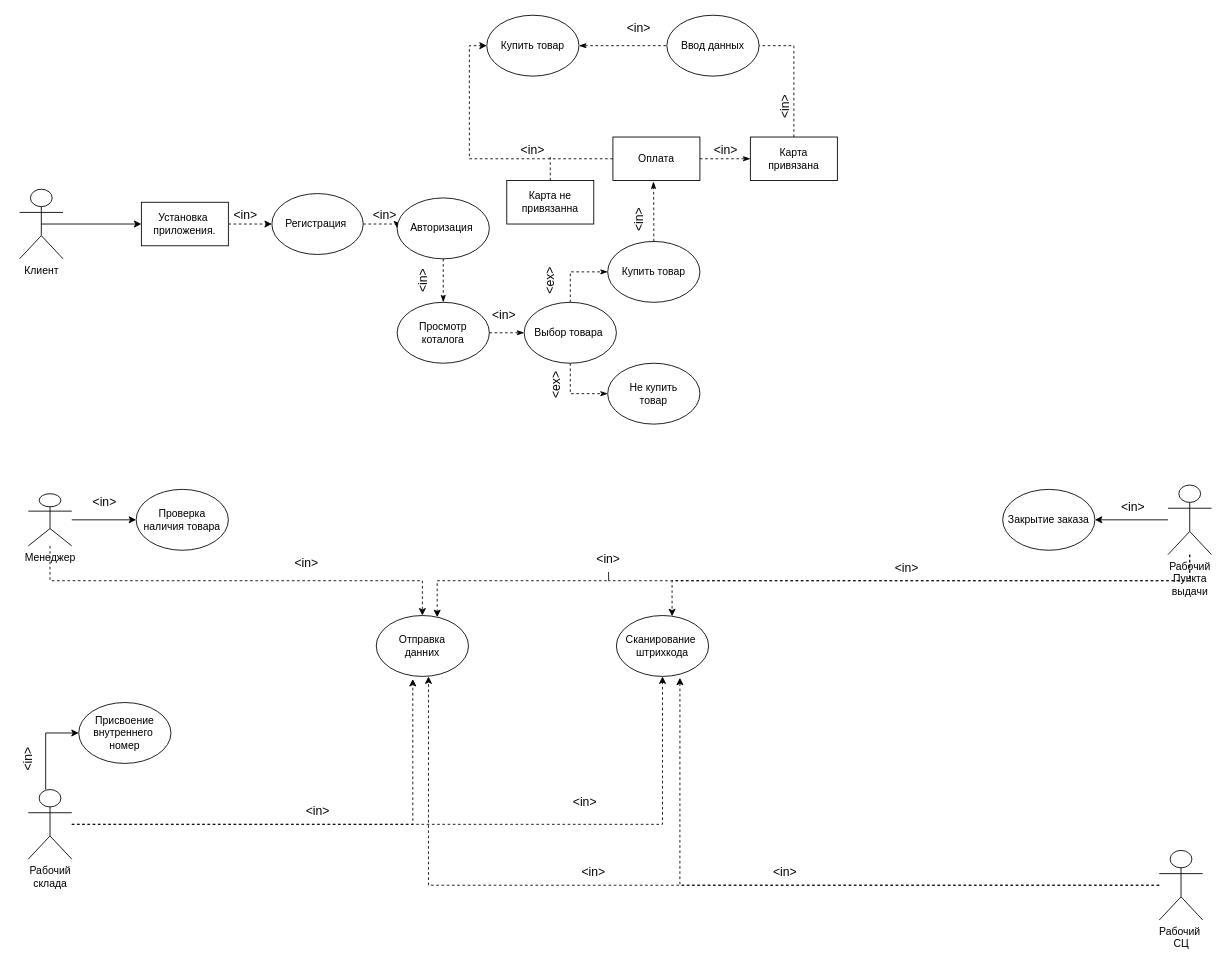
The draw.io diagram projectUS.drawio in MashaRoberts/UseCase, before the edit. Source tidied: cells renumbered, new cells numbered last; positions are measured from the earlier drawing's top-left corner, leaving out a move shared by most shapes. Both pictures are drawn from the tidied source at 87%, with x=0, y=0 at pixel (2, 15).
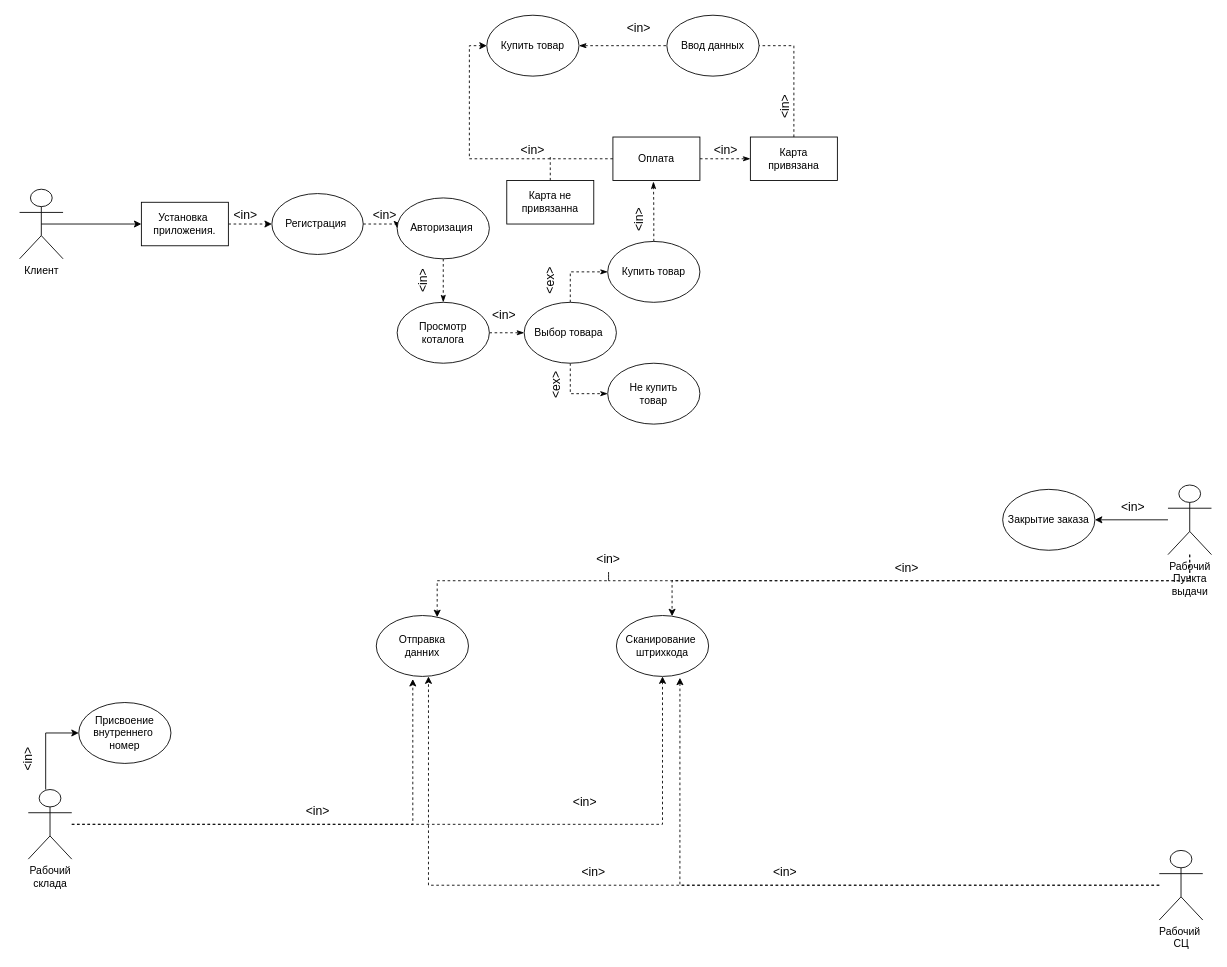
Above is the later version.

The change refers to these unchanged cells:
```xml
<mxCell id="43" value="Отправка&lt;br&gt;данних" style="ellipse;whiteSpace=wrap;html=1;" parent="1" vertex="1">
  <mxGeometry x="430" y="690" width="106" height="70" as="geometry" />
</mxCell>
```

Change to the diagram source:
```diff
@@
-    <mxCell id="29" style="edgeStyle=orthogonalEdgeStyle;rounded=0;jettySize=auto;html=1;" parent="1" edge="1" source="31" target="46">
-      <mxGeometry relative="1" as="geometry" />
-    </mxCell>
-    <mxCell id="30" style="edgeStyle=orthogonalEdgeStyle;rounded=0;jettySize=auto;html=1;entryX=0.5;entryY=0;entryDx=0;entryDy=0;dashed=1;" parent="1" edge="1" source="31" target="43">
-      <mxGeometry relative="1" as="geometry">
-        <Array as="points">
-          <mxPoint x="55" y="650" />
-          <mxPoint x="483" y="650" />
-        </Array>
-      </mxGeometry>
-    </mxCell>
-    <mxCell id="31" value="Менеджер" style="shape=umlActor;verticalLabelPosition=bottom;verticalAlign=top;html=1;outlineConnect=0;" parent="1" vertex="1">
-      <mxGeometry x="30" y="550" width="50" height="60" as="geometry" />
-    </mxCell>
@@
-    <mxCell id="46" value="Проверка&lt;br&gt;наличия товара" style="ellipse;whiteSpace=wrap;html=1;" parent="1" vertex="1">
-      <mxGeometry x="154" y="545" width="106" height="70" as="geometry" />
-    </mxCell>
@@
-    <mxCell id="57" value="&amp;lt;in&amp;gt;" style="text;html=1;strokeColor=none;fillColor=none;align=center;verticalAlign=middle;whiteSpace=wrap;rounded=0;fontSize=14;rotation=0;" parent="1" vertex="1">
-      <mxGeometry x="320" y="615" width="60" height="30" as="geometry" />
-    </mxCell>
@@
-    <mxCell id="65" value="&amp;lt;in&amp;gt;" style="text;html=1;strokeColor=none;fillColor=none;align=center;verticalAlign=middle;whiteSpace=wrap;rounded=0;fontSize=14;rotation=0;" parent="1" vertex="1">
-      <mxGeometry x="88" y="545" width="60" height="30" as="geometry" />
-    </mxCell>
```
